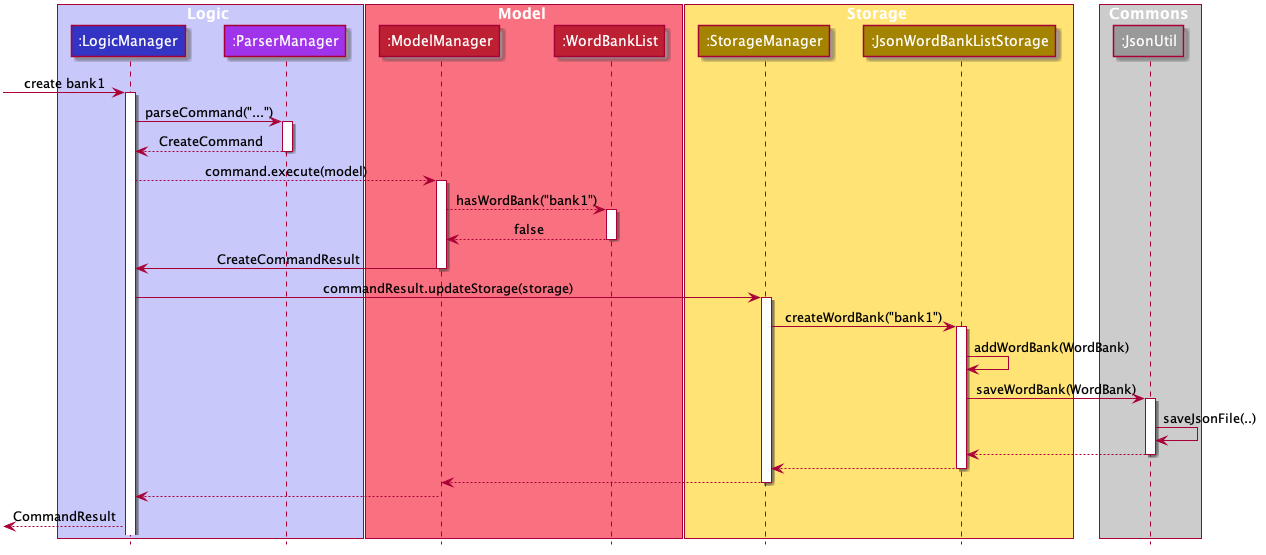
The PlantUML diagram docs/images/CreateCommandSequenceDiagram.png in nus-cs2103-AY1920S1/addressbook-level3, before a commit. Source of this version:
```plantuml
@startuml












skinparam BackgroundColor #FFFFFFF

skinparam Shadowing false

skinparam Class {
    FontColor #FFFFFF
    BorderThickness 1
    BorderColor #000000
    StereotypeFontColor #FFFFFF
    FontName Arial
    AttributeFontColor #FFFFFF
}

skinparam Actor {
    BorderColor #000000
    Color #000000
    FontName Arial
}

skinparam Sequence {
    MessageAlign center
    BoxFontSize 15
    BoxPadding 0
    BoxFontColor #FFFFFF
    FontName Arial
}

skinparam Participant {
    FontColor #FFFFFFF
    Padding 20
}

skinparam MinClassWidth 50
skinparam ParticipantPadding 10
skinparam Shadowing true
skinparam DefaultTextAlignment center
skinparam packageStyle Rectangle
skinparam classAttributeIconSize 0

hide footbox
hide members
hide circle
hide empty members







box Logic #C8C8FA
participant ":LogicManager" as LogicManager #3333C4
participant ":ParserManager" as ParserManager #A034EB
end box

box Model #F97181
participant ":ModelManager" as ModelManager #BD2032
participant ":WordBankList" as WordBankList #BD2032
end box

box Storage #FFE374
participant ":StorageManager" as StorageManager #A38300
participant ":JsonWordBankListStorage" as JsonWordBankListStorage #A38300
end box

box Commons #CCCCCC
participant ":JsonUtil" as JsonUtil #999999
end box

[-> LogicManager : create bank1
activate LogicManager
LogicManager -> ParserManager : parseCommand("...")

activate ParserManager
ParserManager --> LogicManager : CreateCommand
deactivate ParserManager

LogicManager --> ModelManager : command.execute(model)
activate ModelManager
ModelManager --> WordBankList : hasWordBank("bank1")
activate WordBankList

WordBankList --> ModelManager : false
deactivate WordBankList

ModelManager -> LogicManager : CreateCommandResult
deactivate ModelManager

LogicManager -> StorageManager : commandResult.updateStorage(storage)
activate StorageManager

StorageManager -> JsonWordBankListStorage : createWordBank("bank1")
activate JsonWordBankListStorage

JsonWordBankListStorage -> JsonWordBankListStorage : addWordBank(WordBank)
JsonWordBankListStorage -> JsonUtil : saveWordBank(WordBank)
activate JsonUtil

JsonUtil -> JsonUtil : saveJsonFile(..)
JsonUtil --> JsonWordBankListStorage

deactivate JsonUtil

JsonWordBankListStorage --> StorageManager
deactivate JsonWordBankListStorage

StorageManager --> ModelManager
deactivate StorageManager
ModelManager --> LogicManager
deactivate ModelManager



[<--LogicManager : CommandResult

@enduml
```
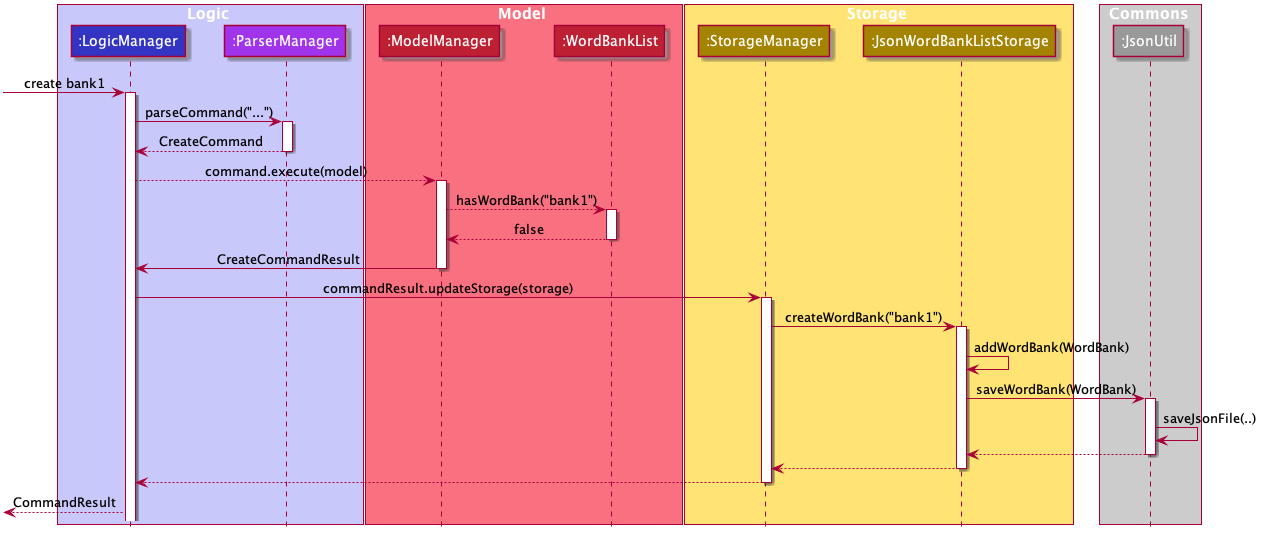
The same diagram one commit later.

The edit, as a diff of the source:
```diff
@@ -1,4 +1,5 @@
 @startuml
+
 
 
 
@@ -117,10 +118,8 @@
 JsonWordBankListStorage --> StorageManager
 deactivate JsonWordBankListStorage
 
-StorageManager --> ModelManager
+StorageManager --> LogicManager
 deactivate StorageManager
-ModelManager --> LogicManager
-deactivate ModelManager
 
 
 
```
